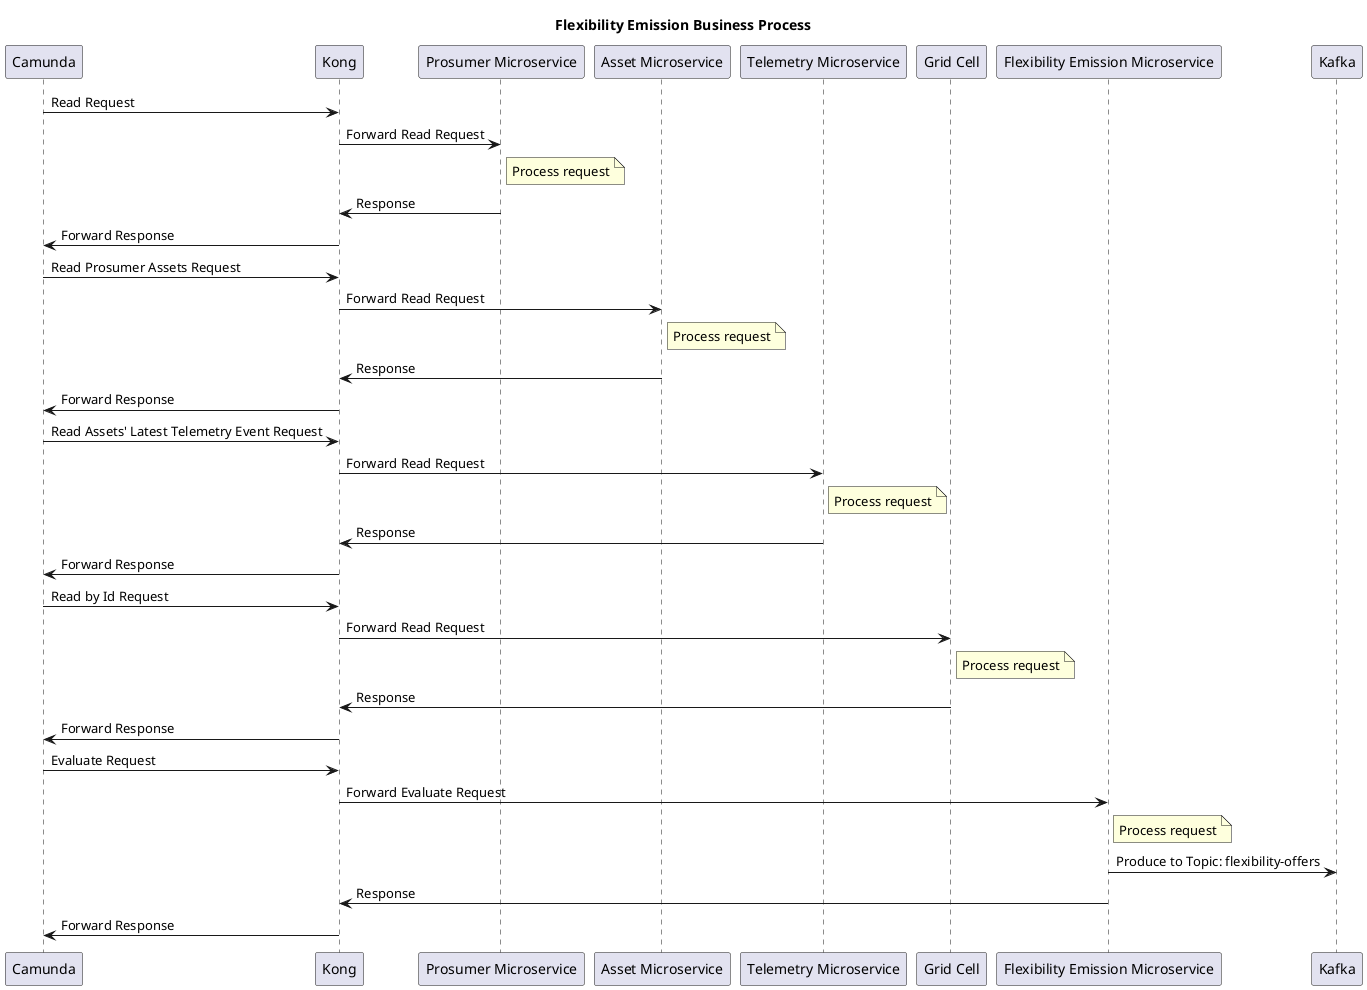
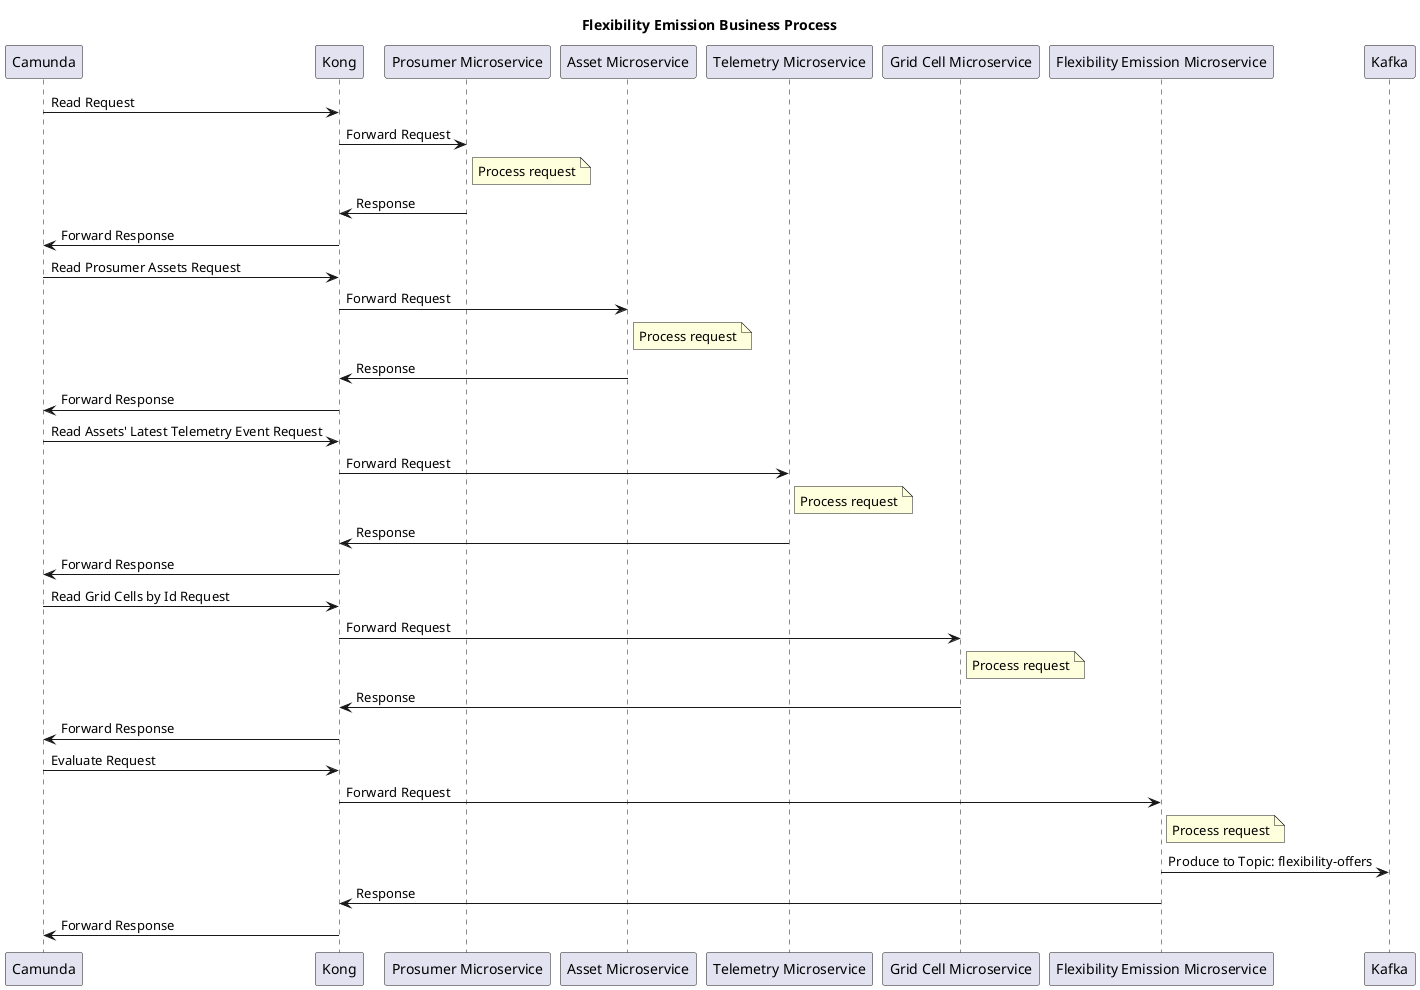
@startuml FlexibilityEmission
title Flexibility Emission Business Process
+ 
+ /'
+ In order to emit flexibility events we need to fetch prosumers. GET /Prosumer
+ For the prosumer, fetch its active (has a grid cell id) BATTERY assets. GET /Asset/active/by-prosumer/{id}
+ Fetch latest telemetry events for the assets in the corresponding grid cell ids. GET /Telemetry/latest
+ We then get the grid cell's data which includes the peak hours range. GET /GridCell/by-ids?ids=<id>
+ From then on, we send the events and grid cell data to the Flexibility Emission Microservice. GET /FlexibilityEmission/evaluate
+ Which will either
+  - Send an event marking the asset as unavailable
+  - Send an event telling the prosumer to sell
+ Depending on SOC percentage and on the grid cell peak hour range.
+ '/

participant Camunda
participant Kong
participant "Prosumer Microservice" as Pros
participant "Asset Microservice" as Asset
participant "Telemetry Microservice" as Tel
- participant "Grid Cell" as GC
+ participant "Grid Cell Microservice" as GC
participant "Flexibility Emission Microservice" as Flex
participant Kafka

Camunda -> Kong : Read Request
- Kong -> Pros : Forward Read Request
+ Kong -> Pros : Forward Request
note right of Pros : Process request
Pros -> Kong : Response
Kong -> Camunda : Forward Response

Camunda -> Kong : Read Prosumer Assets Request
- Kong -> Asset : Forward Read Request
+ Kong -> Asset : Forward Request
note right of Asset : Process request
Asset -> Kong : Response
Kong -> Camunda : Forward Response

Camunda -> Kong : Read Assets' Latest Telemetry Event Request
- Kong -> Tel : Forward Read Request
+ Kong -> Tel : Forward Request
note right of Tel : Process request
Tel -> Kong : Response
Kong -> Camunda : Forward Response

- Camunda -> Kong : Read by Id Request
- Kong -> GC : Forward Read Request
+ Camunda -> Kong : Read Grid Cells by Id Request
+ Kong -> GC : Forward Request
note right of GC : Process request
GC -> Kong : Response
Kong -> Camunda : Forward Response

Camunda -> Kong : Evaluate Request
- Kong -> Flex : Forward Evaluate Request
+ Kong -> Flex : Forward Request
note right of Flex : Process request
Flex -> Kafka : Produce to Topic: flexibility-offers
Flex -> Kong : Response
Kong -> Camunda : Forward Response
@enduml